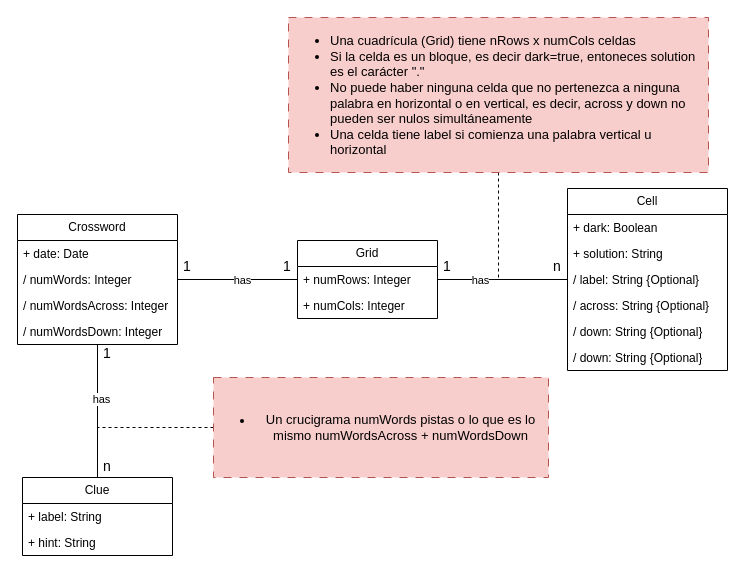
Above: docs/diagrams/datamodel.drawio in pgmarc/crossword (draw.io), before the change. Source tidied: cells renumbered, new cells numbered last; positions are measured from the earlier drawing's top-left corner, leaving out a move shared by most shapes. Both pictures are drawn from the tidied source at 100%, with x=0, y=0 at pixel (17, 17).
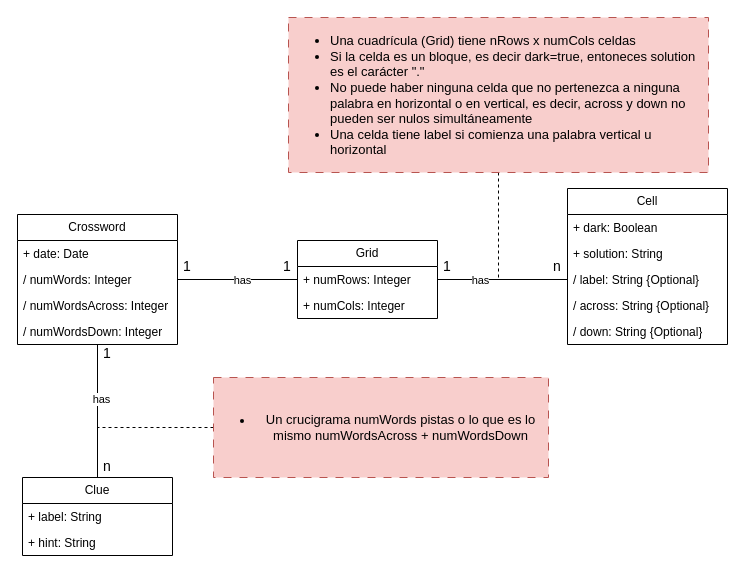
The same page after the edit.

The edit, as a diff of the source:
```diff
@@
     <mxCell id="11" value="Cell" style="swimlane;fontStyle=0;horizontal=1;startSize=26;fillColor=none;whiteSpace=wrap;html=1;" parent="1" vertex="1">
-      <mxGeometry x="550" y="171" width="160" height="182" as="geometry" />
+      <mxGeometry x="550" y="171" width="160" height="156" as="geometry" />
     </mxCell>
@@
-    <mxCell id="17" value="/ down: String {Optional}" style="text;strokeColor=none;fillColor=none;align=left;verticalAlign=top;spacingLeft=4;spacingRight=4;overflow=hidden;whiteSpace=wrap;html=1;" parent="11" vertex="1">
-      <mxGeometry y="156" width="160" height="26" as="geometry" />
-    </mxCell>
```
